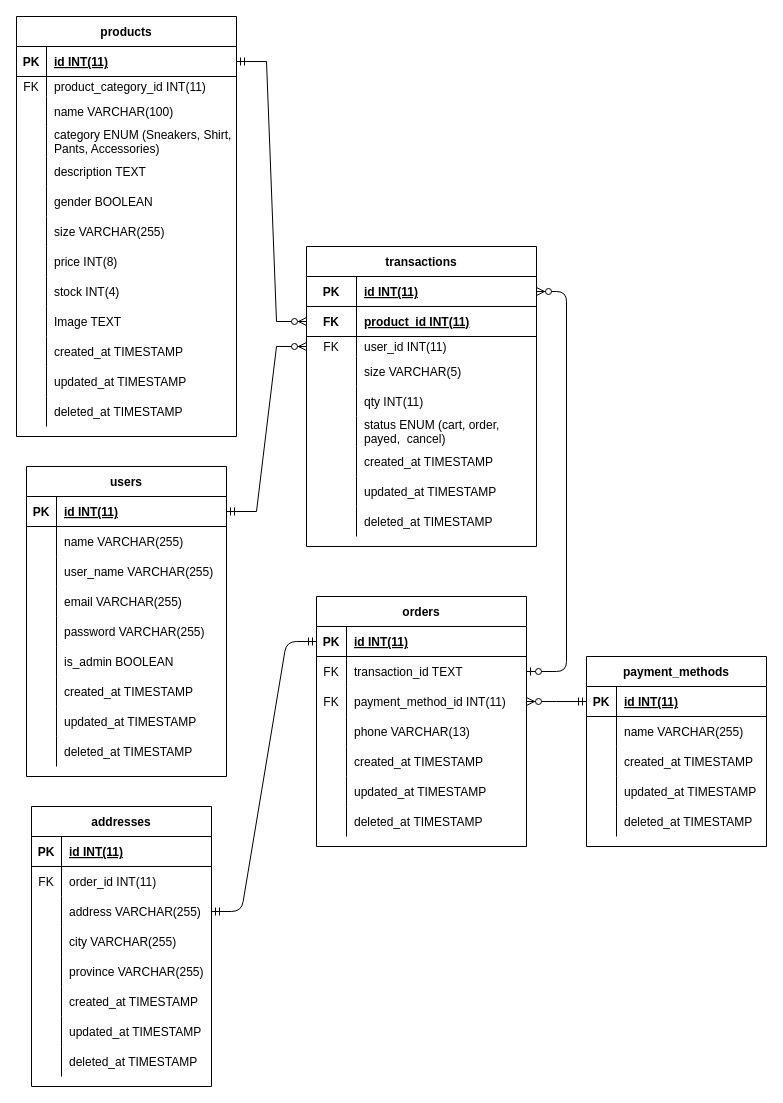
Before: ERD/ERD Olshop.drawio in e-commerce-group-1/BE, a draw.io diagram. Source tidied: cells renumbered, new cells numbered last; positions are measured from the earlier drawing's top-left corner, leaving out a move shared by most shapes. Both pictures are drawn from the tidied source at 100%, with x=0, y=0 at pixel (16, 16).
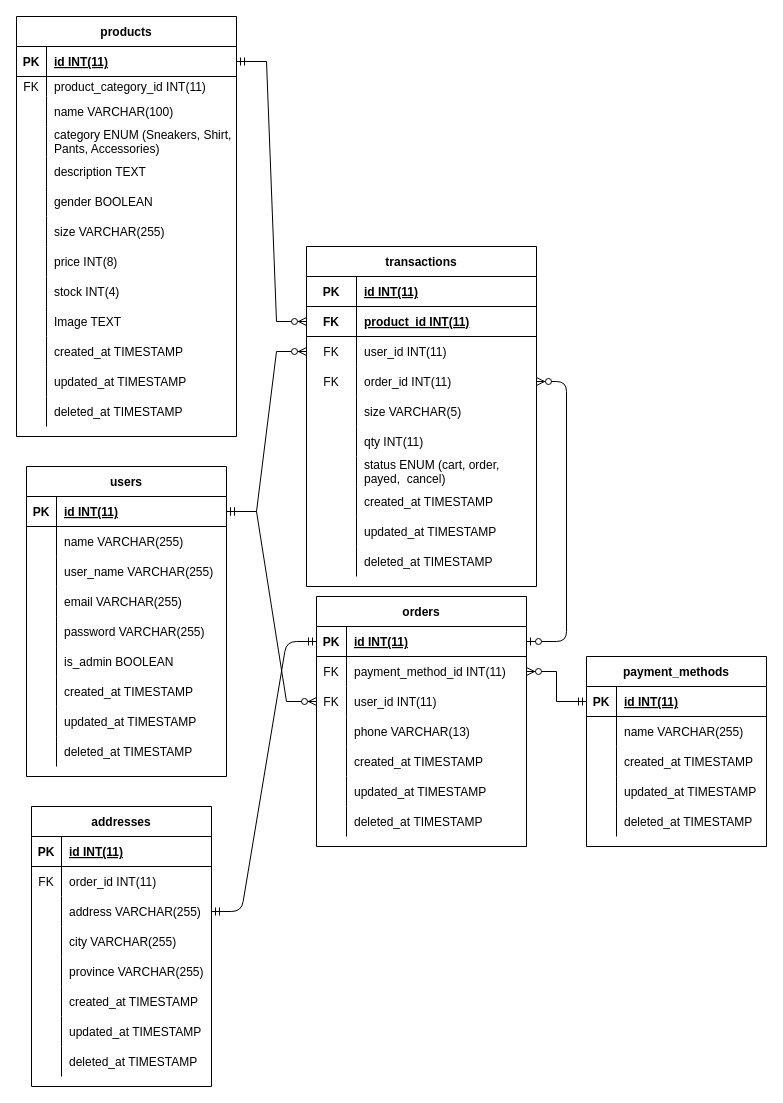
Above is the later version.

Unchanged cells that the change refers to:
```xml
<mxCell id="87" style="shape=tableRow;horizontal=0;startSize=0;swimlaneHead=0;swimlaneBody=0;fillColor=none;points=[[0,0.5],[1,0.5]];portConstraint=eastwest;top=0;left=0;right=0;bottom=1;" parent="86" vertex="1">
  <mxGeometry y="30" width="230" height="30" as="geometry" />
</mxCell>
<mxCell id="141" value="orders" style="shape=table;startSize=30;childLayout=tableLayout;rowLines=0;fontStyle=1;align=center;" parent="1" vertex="1">
  <mxGeometry x="300" y="580" width="210" height="250" as="geometry" />
</mxCell>
<mxCell id="142" style="shape=tableRow;horizontal=0;startSize=0;swimlaneHead=0;swimlaneBody=0;fillColor=none;points=[[0,0.5],[1,0.5]];portConstraint=eastwest;top=0;left=0;right=0;bottom=1;" parent="141" vertex="1">
  <mxGeometry y="30" width="210" height="30" as="geometry" />
</mxCell>
```

The edit, as a diff of the source:
```diff
@@
     <mxCell id="86" value="transactions" style="shape=table;startSize=30;childLayout=tableLayout;rowLines=0;fontStyle=1;align=center;" parent="1" vertex="1">
-      <mxGeometry x="290" y="230" width="230" height="300" as="geometry" />
+      <mxGeometry x="290" y="230" width="230" height="340" as="geometry" />
     </mxCell>
@@
     <mxCell id="93" style="shape=tableRow;horizontal=0;startSize=0;swimlaneHead=0;swimlaneBody=0;fillColor=none;points=[[0,0.5],[1,0.5]];portConstraint=eastwest;top=0;left=0;right=0;bottom=0;" parent="86" vertex="1">
-      <mxGeometry y="90" width="230" height="20" as="geometry" />
+      <mxGeometry y="90" width="230" height="30" as="geometry" />
     </mxCell>
     <mxCell id="94" value="FK" style="shape=partialRectangle;fillColor=none;top=0;left=0;bottom=0;right=0;fontStyle=0;overflow=hidden;" parent="93" vertex="1">
-      <mxGeometry width="50" height="20" as="geometry" />
+      <mxGeometry width="50" height="30" as="geometry" />
     </mxCell>
     <mxCell id="95" value="user_id INT(11)" style="shape=partialRectangle;fillColor=none;top=0;left=0;bottom=0;right=0;align=left;spacingLeft=6;fontStyle=0;overflow=hidden;" parent="93" vertex="1">
-      <mxGeometry x="50" width="180" height="20" as="geometry" />
+      <mxGeometry x="50" width="180" height="30" as="geometry" />
     </mxCell>
+    <mxCell id="166" style="shape=tableRow;horizontal=0;startSize=0;swimlaneHead=0;swimlaneBody=0;fillColor=none;points=[[0,0.5],[1,0.5]];portConstraint=eastwest;top=0;left=0;right=0;bottom=0;" parent="86" vertex="1">
+      <mxGeometry y="120" width="230" height="30" as="geometry" />
+    </mxCell>
+    <mxCell id="167" value="FK" style="shape=partialRectangle;fillColor=none;top=0;left=0;bottom=0;right=0;fontStyle=0;overflow=hidden;" parent="166" vertex="1">
+      <mxGeometry width="50" height="30" as="geometry" />
+    </mxCell>
+    <mxCell id="168" value="order_id INT(11)" style="shape=partialRectangle;fillColor=none;top=0;left=0;bottom=0;right=0;align=left;spacingLeft=6;fontStyle=0;overflow=hidden;" parent="166" vertex="1">
+      <mxGeometry x="50" width="180" height="30" as="geometry" />
+    </mxCell>
     <mxCell id="96" style="shape=tableRow;horizontal=0;startSize=0;swimlaneHead=0;swimlaneBody=0;fillColor=none;top=0;left=0;right=0;bottom=0;" parent="86" vertex="1">
-      <mxGeometry y="110" width="230" height="30" as="geometry" />
+      <mxGeometry y="150" width="230" height="30" as="geometry" />
     </mxCell>
@@
     <mxCell id="99" style="shape=tableRow;horizontal=0;startSize=0;swimlaneHead=0;swimlaneBody=0;fillColor=none;top=0;left=0;right=0;bottom=0;" parent="86" vertex="1">
-      <mxGeometry y="140" width="230" height="30" as="geometry" />
+      <mxGeometry y="180" width="230" height="30" as="geometry" />
     </mxCell>
@@
     <mxCell id="102" style="shape=tableRow;horizontal=0;startSize=0;swimlaneHead=0;swimlaneBody=0;fillColor=none;top=0;left=0;right=0;bottom=0;" parent="86" vertex="1">
-      <mxGeometry y="170" width="230" height="30" as="geometry" />
+      <mxGeometry y="210" width="230" height="30" as="geometry" />
     </mxCell>
@@
     <mxCell id="105" style="shape=tableRow;horizontal=0;startSize=0;swimlaneHead=0;swimlaneBody=0;fillColor=none;top=0;left=0;right=0;bottom=0;" parent="86" vertex="1">
-      <mxGeometry y="200" width="230" height="30" as="geometry" />
+      <mxGeometry y="240" width="230" height="30" as="geometry" />
     </mxCell>
@@
     <mxCell id="108" style="shape=tableRow;horizontal=0;startSize=0;swimlaneHead=0;swimlaneBody=0;fillColor=none;top=0;left=0;right=0;bottom=0;" parent="86" vertex="1">
-      <mxGeometry y="230" width="230" height="30" as="geometry" />
+      <mxGeometry y="270" width="230" height="30" as="geometry" />
     </mxCell>
@@
     <mxCell id="111" style="shape=tableRow;horizontal=0;startSize=0;swimlaneHead=0;swimlaneBody=0;fillColor=none;top=0;left=0;right=0;bottom=0;" parent="86" vertex="1">
-      <mxGeometry y="260" width="230" height="30" as="geometry" />
+      <mxGeometry y="300" width="230" height="30" as="geometry" />
     </mxCell>
@@
-    <mxCell id="145" style="shape=tableRow;horizontal=0;startSize=0;swimlaneHead=0;swimlaneBody=0;fillColor=none;points=[[0,0.5],[1,0.5]];portConstraint=eastwest;top=0;left=0;right=0;bottom=0;" parent="141" vertex="1">
-      <mxGeometry y="60" width="210" height="30" as="geometry" />
-    </mxCell>
-    <mxCell id="146" value="FK" style="shape=partialRectangle;fillColor=none;top=0;left=0;bottom=0;right=0;overflow=hidden;" parent="145" vertex="1">
-      <mxGeometry width="30" height="30" as="geometry" />
-    </mxCell>
-    <mxCell id="147" value="transaction_id TEXT" style="shape=partialRectangle;fillColor=none;top=0;left=0;bottom=0;right=0;align=left;spacingLeft=6;overflow=hidden;" parent="145" vertex="1">
-      <mxGeometry x="30" width="180" height="30" as="geometry" />
-    </mxCell>
     <mxCell id="148" style="shape=tableRow;horizontal=0;startSize=0;swimlaneHead=0;swimlaneBody=0;fillColor=none;points=[[0,0.5],[1,0.5]];portConstraint=eastwest;top=0;left=0;right=0;bottom=0;" parent="141" vertex="1">
-      <mxGeometry y="90" width="210" height="30" as="geometry" />
+      <mxGeometry y="60" width="210" height="30" as="geometry" />
     </mxCell>
@@
+    <mxCell id="169" style="shape=tableRow;horizontal=0;startSize=0;swimlaneHead=0;swimlaneBody=0;fillColor=none;points=[[0,0.5],[1,0.5]];portConstraint=eastwest;top=0;left=0;right=0;bottom=0;" parent="141" vertex="1">
+      <mxGeometry y="90" width="210" height="30" as="geometry" />
+    </mxCell>
+    <mxCell id="146" value="FK" style="shape=partialRectangle;fillColor=none;top=0;left=0;bottom=0;right=0;overflow=hidden;" parent="169" vertex="1">
+      <mxGeometry width="30" height="30" as="geometry" />
+    </mxCell>
+    <mxCell id="170" value="user_id INT(11)" style="shape=partialRectangle;fillColor=none;top=0;left=0;bottom=0;right=0;align=left;spacingLeft=6;overflow=hidden;" parent="169" vertex="1">
+      <mxGeometry x="30" width="180" height="30" as="geometry" />
+    </mxCell>
@@
-    <mxCell id="164" style="edgeStyle=entityRelationEdgeStyle;fontSize=12;html=1;endArrow=ERzeroToMany;startArrow=ERzeroToOne;" parent="1" edge="1" source="145" target="87">
-      <mxGeometry relative="1" as="geometry" />
-    </mxCell>
@@
+    <mxCell id="171" style="edgeStyle=entityRelationEdgeStyle;fontSize=12;html=1;endArrow=ERzeroToMany;startArrow=ERmandOne;rounded=0;entryX=0;entryY=0.5;entryDx=0;entryDy=0;exitX=1;exitY=0.5;exitDx=0;exitDy=0;" parent="1" edge="1" target="169">
+      <mxGeometry relative="1" as="geometry">
+        <mxPoint x="210" y="495" as="sourcePoint" />
+      </mxGeometry>
+    </mxCell>
+    <mxCell id="172" style="edgeStyle=entityRelationEdgeStyle;fontSize=12;html=1;endArrow=ERzeroToMany;startArrow=ERzeroToOne;" parent="1" edge="1" source="142" target="166">
+      <mxGeometry relative="1" as="geometry" />
+    </mxCell>
```
